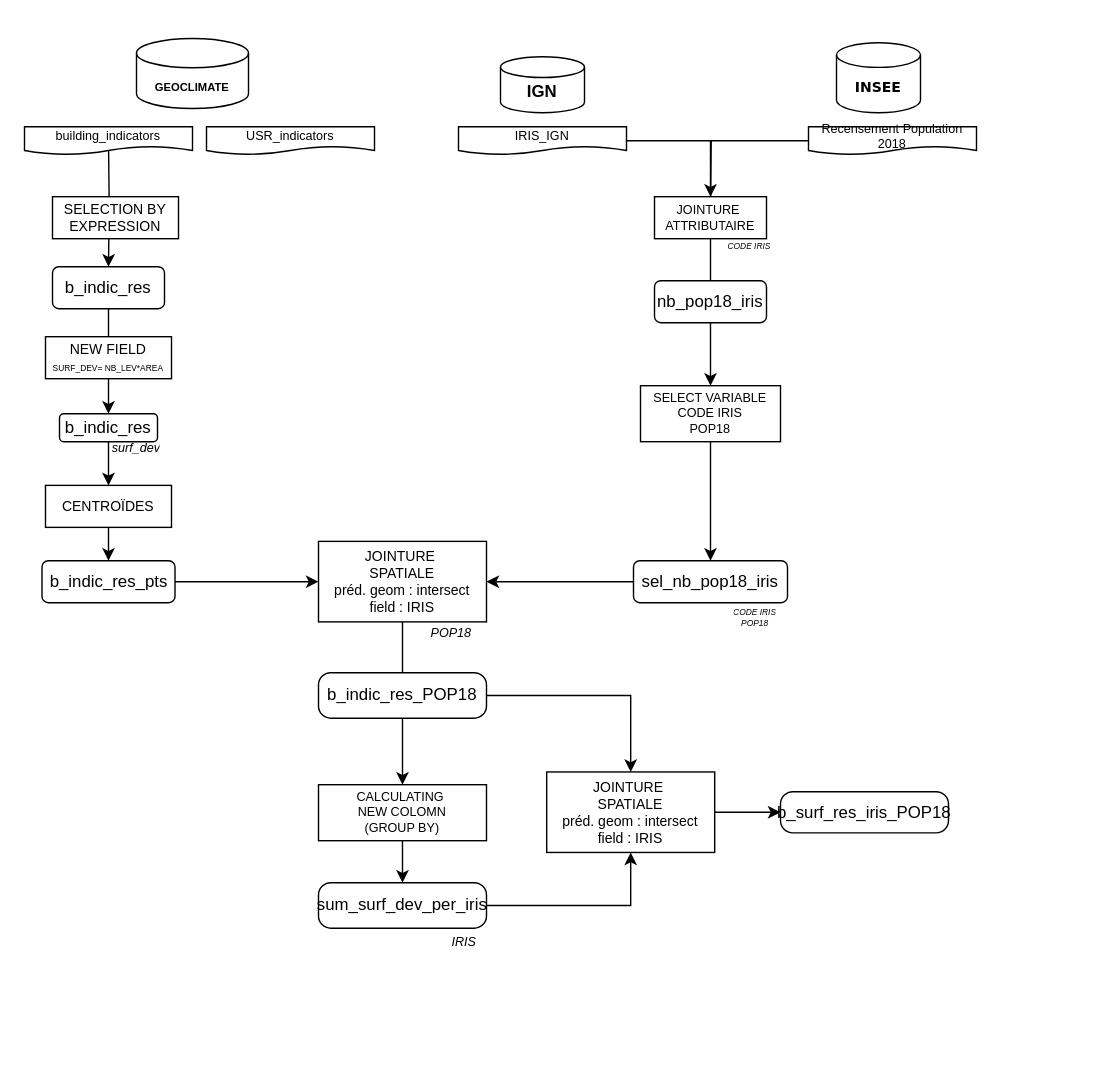
The draw.io diagram desagregation.drawio in ntouati/Projets, before the edit. Source tidied: cells renumbered, new cells numbered last; positions are measured from the earlier drawing's top-left corner, leaving out a move shared by most shapes. Both pictures are drawn from the tidied source at 140%, with x=0, y=0 at pixel (24, 24).
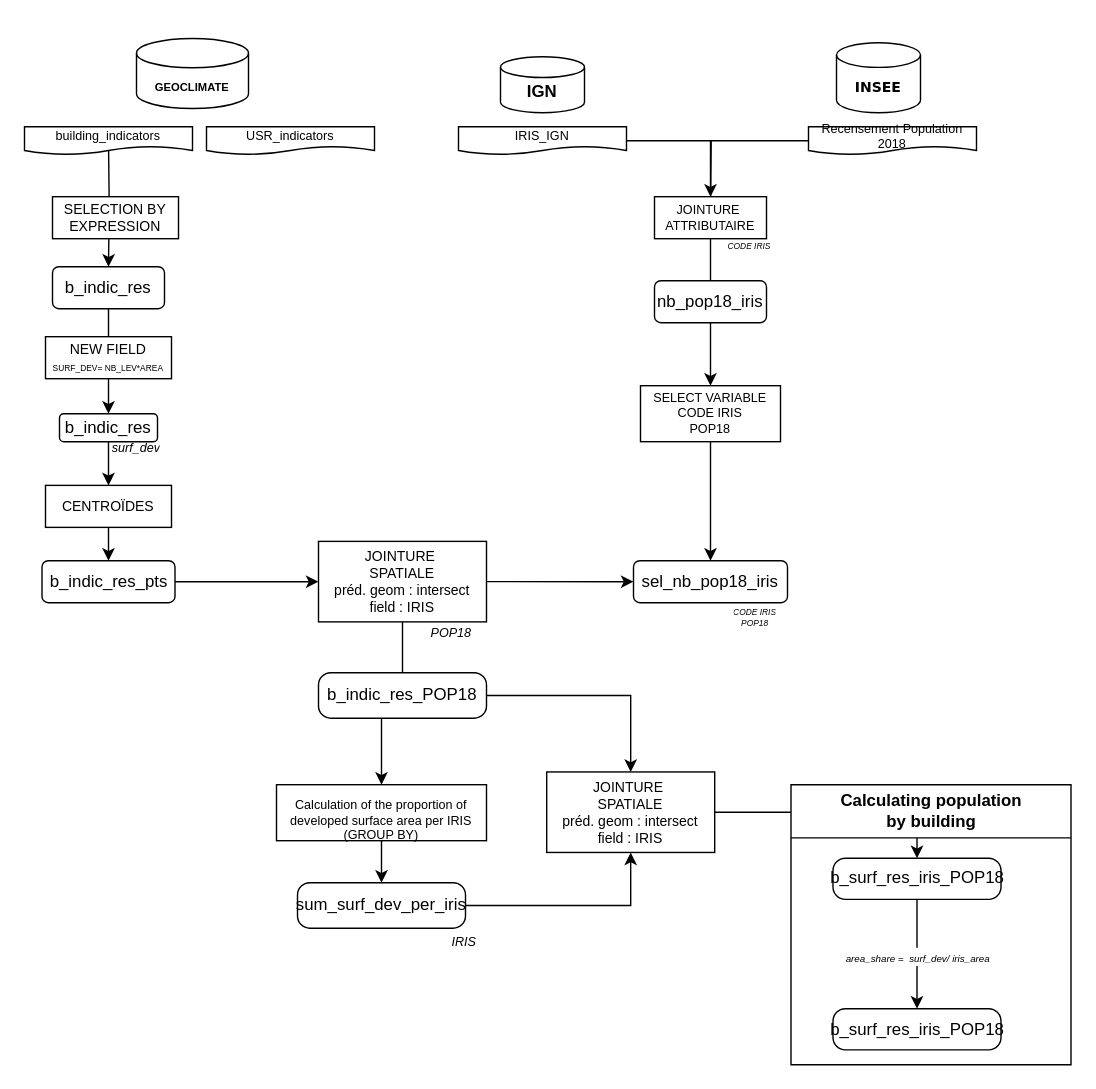
Above is the later version.

Commit message:
Mettre à jour desagregation.drawio

The change refers to these unchanged cells:
```xml
<mxCell id="30" value="&lt;div style=&quot;font-size: 10px;&quot;&gt;JOINTURE&amp;nbsp;&lt;/div&gt;&lt;div style=&quot;font-size: 10px;&quot;&gt;SPATIALE&lt;/div&gt;&lt;div style=&quot;font-size: 10px;&quot;&gt;préd. geom : intersect&lt;/div&gt;&lt;div style=&quot;font-size: 10px;&quot;&gt;field : IRIS&lt;br&gt;&lt;/div&gt;" style="whiteSpace=wrap;html=1;rounded=1;arcSize=0;fontSize=10;" parent="1" vertex="1">
  <mxGeometry x="210" y="369.2" width="120" height="57.5" as="geometry" />
</mxCell>
<mxCell id="46" value="sel_nb_pop18_iris" style="rounded=1;whiteSpace=wrap;html=1;" parent="45" vertex="1">
  <mxGeometry x="2.5" y="20" width="110" height="30" as="geometry" />
</mxCell>
```

Change to the diagram source:
```diff
@@
-    <mxCell id="37" value="&lt;div&gt;CALCULATING&amp;nbsp;&lt;/div&gt;&lt;div&gt;NEW COLOMN&lt;/div&gt;&lt;div&gt;(GROUP BY)&lt;/div&gt;" style="rounded=0;whiteSpace=wrap;html=1;fontSize=9;" parent="1" vertex="1">
-      <mxGeometry x="210" y="543" width="120" height="40" as="geometry" />
+    <mxCell id="37" value="&lt;div&gt;&lt;br&gt;&lt;/div&gt;&lt;div&gt;Calculation of the proportion of developed surface area per IRIS&lt;/div&gt;&lt;div&gt;(GROUP BY)&lt;/div&gt;" style="rounded=0;whiteSpace=wrap;html=1;fontSize=9;" parent="1" vertex="1">
+      <mxGeometry x="180" y="543" width="150" height="40" as="geometry" />
     </mxCell>
@@
     <mxCell id="40" value="sum_surf_dev_per_iris" style="whiteSpace=wrap;html=1;fontSize=12;rounded=1;arcSize=27;" parent="1" vertex="1">
-      <mxGeometry x="210" y="613" width="120" height="32.5" as="geometry" />
+      <mxGeometry x="195" y="613" width="120" height="32.5" as="geometry" />
     </mxCell>
@@
-    <mxCell id="48" style="edgeStyle=orthogonalEdgeStyle;rounded=0;jettySize=auto;html=1;" parent="1" edge="1" source="46" target="30">
-      <mxGeometry relative="1" as="geometry" />
-    </mxCell>
+    <mxCell id="50" value="&lt;div&gt;Calculating population&lt;/div&gt;&lt;div&gt;by building&lt;/div&gt;" style="swimlane;whiteSpace=wrap;html=1;startSize=38;" parent="1" vertex="1">
+      <mxGeometry x="547.5" y="543" width="200" height="200" as="geometry" />
+    </mxCell>
-    <mxCell id="49" value="b_surf_res_iris_POP18" style="whiteSpace=wrap;html=1;rounded=1;arcSize=30;fontSize=12;" parent="1" vertex="1">
-      <mxGeometry x="540" y="548" width="120" height="29.4" as="geometry" />
+    <mxCell id="49" value="b_surf_res_iris_POP18" style="whiteSpace=wrap;html=1;rounded=1;arcSize=30;fontSize=12;" parent="50" vertex="1">
+      <mxGeometry x="30" y="52.5" width="120" height="29.4" as="geometry" />
     </mxCell>
+    <mxCell id="51" value="b_surf_res_iris_POP18" style="whiteSpace=wrap;html=1;rounded=1;arcSize=30;fontSize=12;" parent="50" vertex="1">
+      <mxGeometry x="30" y="160" width="120" height="29.4" as="geometry" />
+    </mxCell>
+    <mxCell id="52" style="endArrow=classic;html=1;rounded=0;exitX=0.5;exitY=1;exitDx=0;exitDy=0;entryX=0.5;entryY=0;entryDx=0;entryDy=0;" parent="50" edge="1" source="49" target="51">
+      <mxGeometry relative="1" as="geometry" />
+    </mxCell>
+    <mxCell id="53" value="&lt;font style=&quot;font-size: 7px;&quot; face=&quot;Helvetica&quot;&gt;&lt;i&gt;area_share&lt;/i&gt; =&amp;nbsp; &lt;/font&gt;&lt;font size=&quot;1&quot; face=&quot;Helvetica&quot;&gt;&lt;i style=&quot;font-size: 7px;&quot;&gt;surf_dev/ iris_area&lt;/i&gt;&lt;/font&gt;" style="edgeLabel;html=1;align=center;verticalAlign=middle;" parent="52" vertex="1">
+      <mxGeometry relative="1" as="geometry">
+        <mxPoint y="2" as="offset" />
+      </mxGeometry>
+    </mxCell>
+    <mxCell id="54" style="endArrow=classic;html=1;rounded=0;exitX=1;exitY=0.5;exitDx=0;exitDy=0;entryX=0;entryY=0.5;entryDx=0;entryDy=0;" parent="1" edge="1" source="30" target="46">
+      <mxGeometry relative="1" as="geometry" />
+    </mxCell>
```
